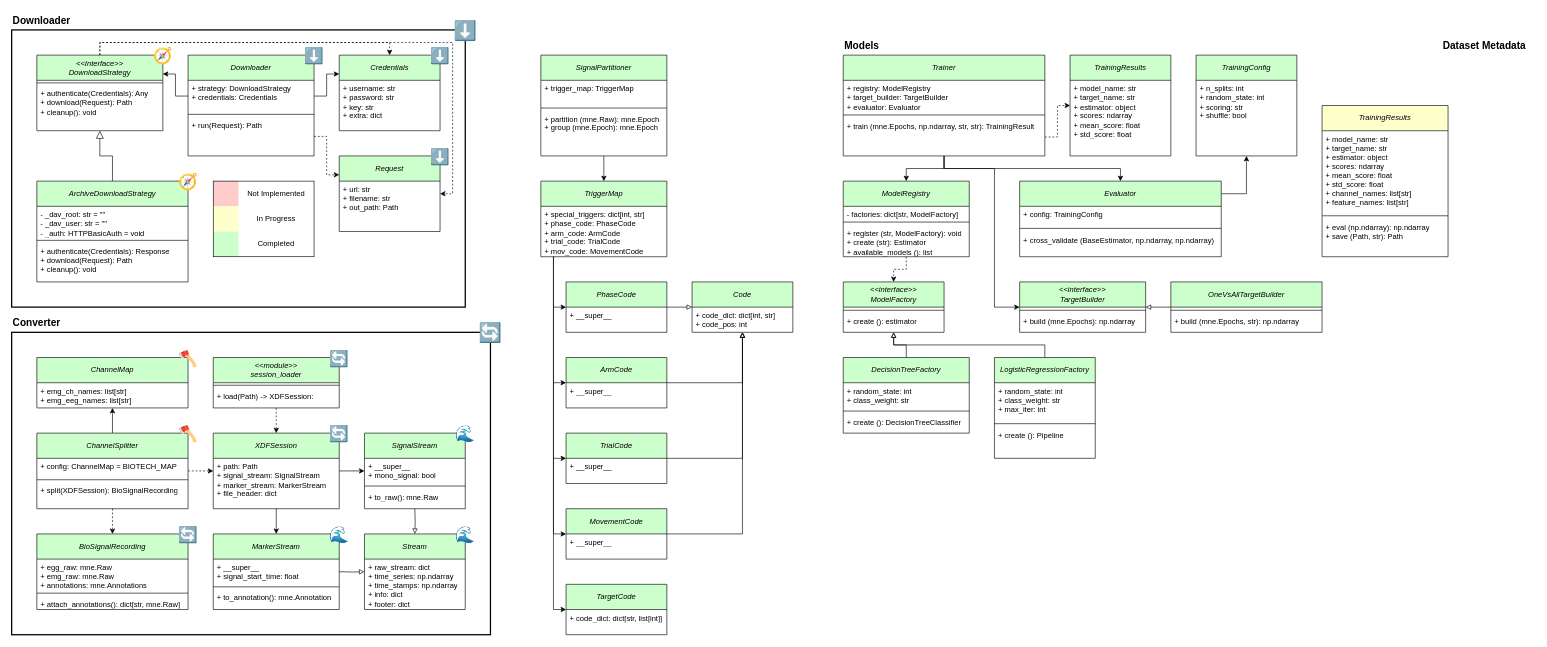
Before: page "UML" (1 of 2) of docs/Data Architecture.drawio in GuilhermeCosta-Ferreira/BMI-SOFT-EMG-Decoding, a draw.io diagram. Source tidied: cells renumbered, new cells numbered last; positions are measured from the earlier drawing's top-left corner, leaving out a move shared by most shapes. Both pictures are drawn from the tidied source at 63%, with x=0, y=0 at pixel (11, 11).
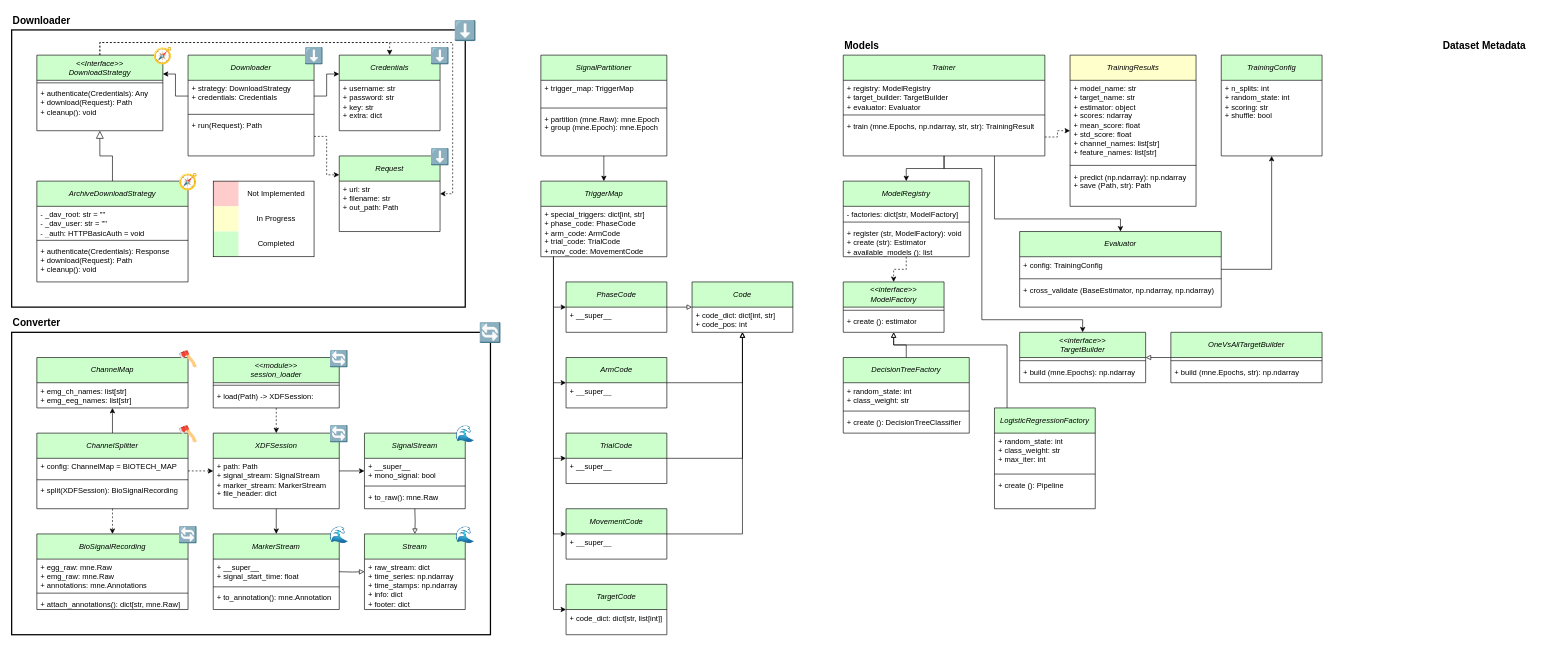
After the change.

Commit message (it also covers changes not shown here):
checkpoint: used for grasp decoding model

Unchanged cells that the change refers to:
```xml
<mxCell id="124" value="&lt;div&gt;&lt;span style=&quot;font-weight: normal;&quot;&gt;&lt;i&gt;&amp;lt;&amp;lt;interface&amp;gt;&amp;gt;&lt;/i&gt;&lt;/span&gt;&lt;/div&gt;&lt;span style=&quot;font-weight: normal;&quot;&gt;&lt;i&gt;ModelFactory&lt;/i&gt;&lt;/span&gt;" style="swimlane;fontStyle=1;align=center;verticalAlign=middle;horizontal=1;startSize=40;whiteSpace=wrap;html=1;fillColor=#CCFFCC;" parent="1" vertex="1">
  <mxGeometry x="1320" y="430" width="160" height="80" as="geometry" />
</mxCell>
<mxCell id="145" value="&lt;i style=&quot;font-weight: 400;&quot;&gt;Trainer&lt;/i&gt;" style="swimlane;fontStyle=1;align=center;verticalAlign=middle;horizontal=1;startSize=40;whiteSpace=wrap;html=1;fillColor=#CCFFCC;" parent="1" vertex="1">
  <mxGeometry x="1320" y="70" width="320" height="160" as="geometry" />
</mxCell>
<mxCell id="148" value="+ train (mne.Epochs, np.ndarray, str, str): TrainingResult" style="text;strokeColor=none;fillColor=none;align=left;verticalAlign=top;spacingLeft=4;spacingRight=4;overflow=hidden;points=[[0,0.5],[1,0.5]];portConstraint=eastwest;whiteSpace=wrap;html=1;" parent="145" vertex="1">
  <mxGeometry y="100" width="320" height="60" as="geometry" />
</mxCell>
```

Change to the diagram source:
```diff
@@
-    <mxCell id="113" value="&lt;span style=&quot;font-weight: normal;&quot;&gt;&lt;i&gt;TrainingResults&lt;/i&gt;&lt;/span&gt;" style="swimlane;fontStyle=1;align=center;verticalAlign=middle;horizontal=1;startSize=40;whiteSpace=wrap;html=1;fillColor=#CCFFCC;" parent="1" vertex="1">
-      <mxGeometry x="1680" y="70" width="160" height="160" as="geometry" />
-    </mxCell>
-    <mxCell id="114" value="+ model_name: str&lt;br&gt;        + target_name: str&lt;br&gt;        + estimator: object&lt;br&gt;        + scores: ndarray&lt;br&gt;        + mean_score: float&lt;br&gt;        + std_score: float" style="text;strokeColor=none;fillColor=none;align=left;verticalAlign=top;spacingLeft=4;spacingRight=4;overflow=hidden;whiteSpace=wrap;html=1;" parent="113" vertex="1">
-      <mxGeometry y="40" width="160" height="120" as="geometry" />
-    </mxCell>
     <mxCell id="115" value="&lt;span style=&quot;font-weight: normal;&quot;&gt;&lt;i&gt;TrainingConfig&lt;/i&gt;&lt;/span&gt;" style="swimlane;fontStyle=1;align=center;verticalAlign=middle;horizontal=1;startSize=40;whiteSpace=wrap;html=1;fillColor=#CCFFCC;" parent="1" vertex="1">
-      <mxGeometry x="1880" y="70" width="160" height="160" as="geometry" />
+      <mxGeometry x="1920" y="70" width="160" height="160" as="geometry" />
     </mxCell>
@@
     <mxCell id="117" value="&lt;div&gt;&lt;span style=&quot;font-weight: normal;&quot;&gt;&lt;i&gt;&amp;lt;&amp;lt;interface&amp;gt;&amp;gt;&lt;/i&gt;&lt;/span&gt;&lt;/div&gt;&lt;span style=&quot;font-weight: normal;&quot;&gt;&lt;i&gt;TargetBuilder&lt;/i&gt;&lt;/span&gt;" style="swimlane;fontStyle=1;align=center;verticalAlign=middle;horizontal=1;startSize=40;whiteSpace=wrap;html=1;fillColor=#CCFFCC;" parent="1" vertex="1">
-      <mxGeometry x="1600" y="430" width="200" height="80" as="geometry" />
+      <mxGeometry x="1600" y="510" width="200" height="80" as="geometry" />
     </mxCell>
@@
     <mxCell id="121" value="&lt;div&gt;&lt;i style=&quot;font-weight: normal; background-color: transparent; color: light-dark(rgb(0, 0, 0), rgb(255, 255, 255));&quot;&gt;OneVsAllTargetBuilder&lt;/i&gt;&lt;/div&gt;" style="swimlane;fontStyle=1;align=center;verticalAlign=middle;horizontal=1;startSize=40;whiteSpace=wrap;html=1;fillColor=#CCFFCC;" parent="1" vertex="1">
-      <mxGeometry x="1840" y="430" width="240" height="80" as="geometry" />
+      <mxGeometry x="1840" y="510" width="240" height="80" as="geometry" />
     </mxCell>
@@
     <mxCell id="132" style="edgeStyle=orthogonalEdgeStyle;rounded=0;jettySize=auto;html=1;endArrow=block;endFill=0;" parent="1" edge="1" source="133" target="124">
       <mxGeometry relative="1" as="geometry">
         <Array as="points">
-          <mxPoint x="1640" y="530" />
+          <mxPoint x="1580" y="530" />
           <mxPoint x="1400" y="530" />
         </Array>
       </mxGeometry>
     </mxCell>
     <mxCell id="133" value="&lt;span class=&quot;ͼ10&quot; style=&quot;font-weight: normal;&quot;&gt;&lt;i&gt;LogisticRegressionFactory&lt;/i&gt;&lt;/span&gt;" style="swimlane;fontStyle=1;align=center;verticalAlign=middle;horizontal=1;startSize=40;whiteSpace=wrap;html=1;fillColor=#CCFFCC;" parent="1" vertex="1">
-      <mxGeometry x="1560" y="550" width="160" height="160" as="geometry" />
+      <mxGeometry x="1560" y="630" width="160" height="160" as="geometry" />
     </mxCell>
@@
     <mxCell id="137" style="edgeStyle=orthogonalEdgeStyle;rounded=0;jettySize=auto;html=1;" parent="1" edge="1" source="138" target="115">
       <mxGeometry relative="1" as="geometry">
         <Array as="points">
-          <mxPoint x="1960" y="290" />
+          <mxPoint x="2000" y="410" />
         </Array>
       </mxGeometry>
     </mxCell>
     <mxCell id="138" value="&lt;i style=&quot;font-weight: 400;&quot;&gt;Evaluator&lt;/i&gt;" style="swimlane;fontStyle=1;align=center;verticalAlign=middle;horizontal=1;startSize=40;whiteSpace=wrap;html=1;fillColor=#CCFFCC;" parent="1" vertex="1">
-      <mxGeometry x="1600" y="270" width="320" height="120" as="geometry" />
+      <mxGeometry x="1600" y="350" width="320" height="120" as="geometry" />
     </mxCell>
@@
     <mxCell id="143" style="edgeStyle=orthogonalEdgeStyle;rounded=0;jettySize=auto;html=1;" parent="1" edge="1" source="145" target="138">
-      <mxGeometry relative="1" as="geometry" />
+      <mxGeometry relative="1" as="geometry">
+        <Array as="points">
+          <mxPoint x="1560" y="330" />
+          <mxPoint x="1760" y="330" />
+        </Array>
+      </mxGeometry>
     </mxCell>
     <mxCell id="144" style="edgeStyle=orthogonalEdgeStyle;rounded=0;jettySize=auto;html=1;" parent="1" edge="1" source="148" target="117">
       <mxGeometry relative="1" as="geometry">
         <Array as="points">
           <mxPoint x="1480" y="250" />
-          <mxPoint x="1560" y="250" />
-          <mxPoint x="1560" y="470" />
+          <mxPoint x="1540" y="250" />
+          <mxPoint x="1540" y="490" />
+          <mxPoint x="1700" y="490" />
         </Array>
       </mxGeometry>
     </mxCell>
@@
-    <mxCell id="154" style="edgeStyle=orthogonalEdgeStyle;rounded=0;jettySize=auto;html=1;dashed=1;" parent="1" edge="1" source="148" target="113">
+    <mxCell id="154" style="edgeStyle=orthogonalEdgeStyle;rounded=0;jettySize=auto;html=1;dashed=1;" parent="1" edge="1" source="148" target="155">
       <mxGeometry relative="1" as="geometry" />
     </mxCell>
     <mxCell id="155" value="&lt;i style=&quot;font-weight: 400;&quot;&gt;TrainingResults&lt;/i&gt;" style="swimlane;fontStyle=1;align=center;verticalAlign=middle;horizontal=1;startSize=40;whiteSpace=wrap;html=1;fillColor=#FFFFCC;" parent="1" vertex="1">
-      <mxGeometry x="2080" y="150" width="200" height="240" as="geometry" />
+      <mxGeometry x="1680" y="70" width="200" height="240" as="geometry" />
     </mxCell>
@@
-    <mxCell id="158" value="+ eval (np.ndarray): np.ndarray&lt;div&gt;+ save (Path, str): Path&lt;/div&gt;" style="text;strokeColor=none;fillColor=none;align=left;verticalAlign=top;spacingLeft=4;spacingRight=4;overflow=hidden;whiteSpace=wrap;html=1;" parent="155" vertex="1">
+    <mxCell id="158" value="+ predict (np.ndarray): np.ndarray&lt;div&gt;+ save (Path, str): Path&lt;/div&gt;" style="text;strokeColor=none;fillColor=none;align=left;verticalAlign=top;spacingLeft=4;spacingRight=4;overflow=hidden;whiteSpace=wrap;html=1;" parent="155" vertex="1">
       <mxGeometry y="180" width="200" height="60" as="geometry" />
     </mxCell>
```
